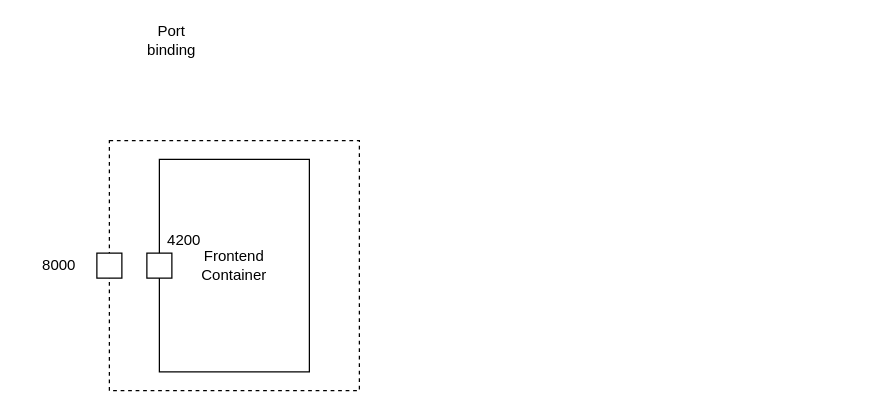
The draw.io diagram design/infrastructure.drawio in sergiunagy/findashboard, before the edit. Source tidied: cells renumbered, new cells numbered last; positions are measured from the earlier drawing's top-left corner, leaving out a move shared by most shapes. Both pictures are drawn from the tidied source at 125%, with x=0, y=0 at pixel (21, 21).
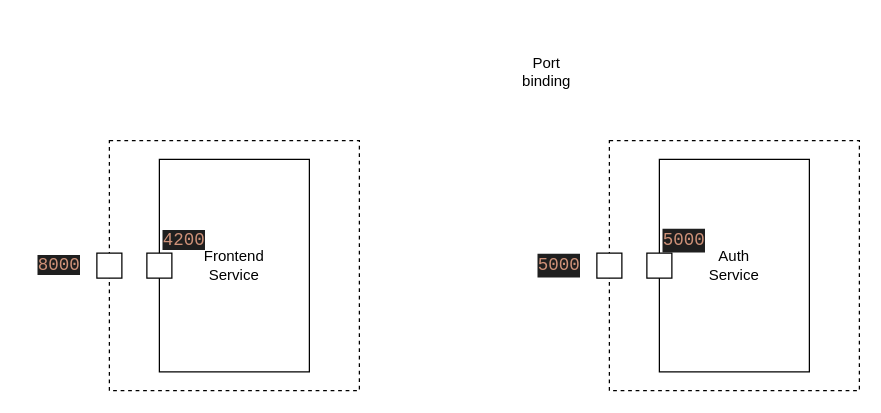
The same diagram, later.

Commit message (it also covers changes not shown here):
FIN-2: Add the auth service draft

The edit, as a diff of the source:
```diff
@@
 <mxGraphModel>
   <root>
     <mxCell id="0" />
     <mxCell id="1" parent="0" />
     <mxCell id="2" style="whiteSpace=wrap;html=1;dashed=1;fillColor=none;" parent="1" vertex="1">
       <mxGeometry x="70" y="95" width="200" height="200" as="geometry" />
     </mxCell>
-    <mxCell id="3" value="Frontend&lt;br&gt;Container" style="rounded=0;whiteSpace=wrap;html=1;" parent="1" vertex="1">
+    <mxCell id="3" value="Frontend&lt;br&gt;Service" style="rounded=0;whiteSpace=wrap;html=1;" parent="1" vertex="1">
       <mxGeometry x="110" y="110" width="120" height="170" as="geometry" />
     </mxCell>
     <mxCell id="4" style="whiteSpace=wrap;html=1;" parent="1" vertex="1">
       <mxGeometry x="100" y="185" width="20" height="20" as="geometry" />
     </mxCell>
     <mxCell id="5" style="whiteSpace=wrap;html=1;" parent="1" vertex="1">
       <mxGeometry x="60" y="185" width="20" height="20" as="geometry" />
     </mxCell>
-    <mxCell id="6" value="4200" style="text;html=1;strokeColor=none;fillColor=none;align=center;verticalAlign=middle;whiteSpace=wrap;rounded=0;dashed=1;" parent="1" vertex="1">
+    <mxCell id="6" value="&lt;font face=&quot;Consolas, Courier New, monospace&quot; color=&quot;#ce9178&quot;&gt;&lt;span style=&quot;font-size: 14px; background-color: rgb(31, 31, 31);&quot;&gt;4200&lt;/span&gt;&lt;/font&gt;" style="text;html=1;strokeColor=none;fillColor=none;align=center;verticalAlign=middle;whiteSpace=wrap;rounded=0;dashed=1;" parent="1" vertex="1">
       <mxGeometry x="100" y="160" width="60" height="30" as="geometry" />
     </mxCell>
-    <mxCell id="7" value="8000" style="text;html=1;strokeColor=none;fillColor=none;align=center;verticalAlign=middle;whiteSpace=wrap;rounded=0;dashed=1;" parent="1" vertex="1">
+    <mxCell id="7" value="&lt;span style=&quot;color: rgb(206, 145, 120); font-family: Consolas, &amp;quot;Courier New&amp;quot;, monospace; font-size: 14px; background-color: rgb(31, 31, 31);&quot;&gt;8000&lt;/span&gt;" style="text;html=1;strokeColor=none;fillColor=none;align=center;verticalAlign=middle;whiteSpace=wrap;rounded=0;dashed=1;" parent="1" vertex="1">
       <mxGeometry y="180" width="60" height="30" as="geometry" />
     </mxCell>
     <mxCell id="8" value="Port binding" style="text;html=1;strokeColor=none;fillColor=none;align=center;verticalAlign=middle;whiteSpace=wrap;rounded=0;dashed=1;" parent="1" vertex="1">
-      <mxGeometry x="90" width="60" height="30" as="geometry" />
+      <mxGeometry x="390" y="25" width="60" height="30" as="geometry" />
     </mxCell>
+    <mxCell id="9" style="whiteSpace=wrap;html=1;dashed=1;fillColor=none;" parent="1" vertex="1">
+      <mxGeometry x="470" y="95" width="200" height="200" as="geometry" />
+    </mxCell>
+    <mxCell id="10" value="Auth&lt;br&gt;Service" style="rounded=0;whiteSpace=wrap;html=1;" parent="1" vertex="1">
+      <mxGeometry x="510" y="110" width="120" height="170" as="geometry" />
+    </mxCell>
+    <mxCell id="11" style="whiteSpace=wrap;html=1;" parent="1" vertex="1">
+      <mxGeometry x="500" y="185" width="20" height="20" as="geometry" />
+    </mxCell>
+    <mxCell id="12" style="edgeStyle=none;html=1;" parent="1" edge="1" source="13" target="15">
+      <mxGeometry relative="1" as="geometry" />
+    </mxCell>
+    <mxCell id="13" style="whiteSpace=wrap;html=1;" parent="1" vertex="1">
+      <mxGeometry x="460" y="185" width="20" height="20" as="geometry" />
+    </mxCell>
+    <mxCell id="14" value="&lt;div style=&quot;color: rgb(204, 204, 204); background-color: rgb(31, 31, 31); font-family: Consolas, &amp;quot;Courier New&amp;quot;, monospace; font-size: 14px; line-height: 19px;&quot;&gt;&lt;span style=&quot;color: #ce9178;&quot;&gt;5000&lt;/span&gt;&lt;/div&gt;" style="text;html=1;strokeColor=none;fillColor=none;align=center;verticalAlign=middle;whiteSpace=wrap;rounded=0;dashed=1;" parent="1" vertex="1">
+      <mxGeometry x="500" y="160" width="60" height="30" as="geometry" />
+    </mxCell>
+    <mxCell id="15" value="&lt;div style=&quot;color: rgb(204, 204, 204); background-color: rgb(31, 31, 31); font-family: Consolas, &amp;quot;Courier New&amp;quot;, monospace; font-size: 14px; line-height: 19px;&quot;&gt;&lt;span style=&quot;color: #ce9178;&quot;&gt;5000&lt;/span&gt;&lt;/div&gt;" style="text;html=1;strokeColor=none;fillColor=none;align=center;verticalAlign=middle;whiteSpace=wrap;rounded=0;dashed=1;" parent="1" vertex="1">
+      <mxGeometry x="400" y="180" width="60" height="30" as="geometry" />
+    </mxCell>
   </root>
 </mxGraphModel>
```
